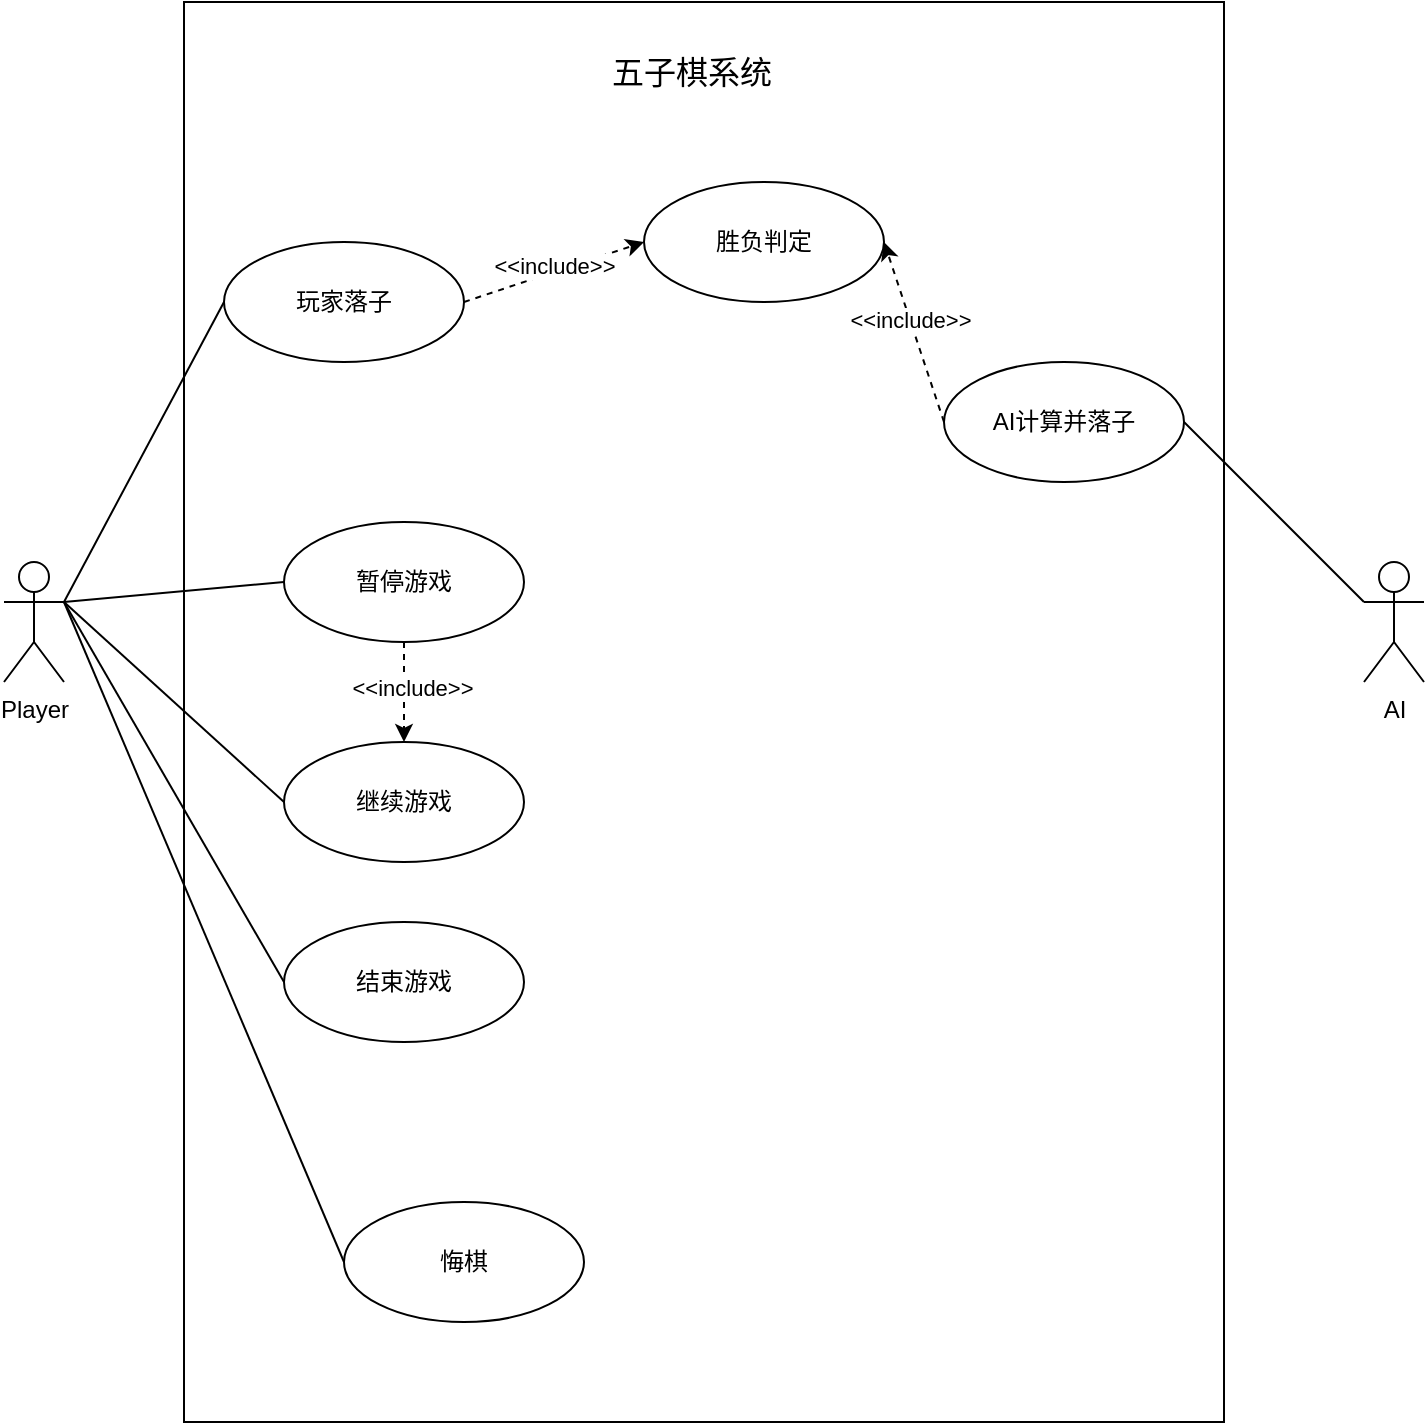
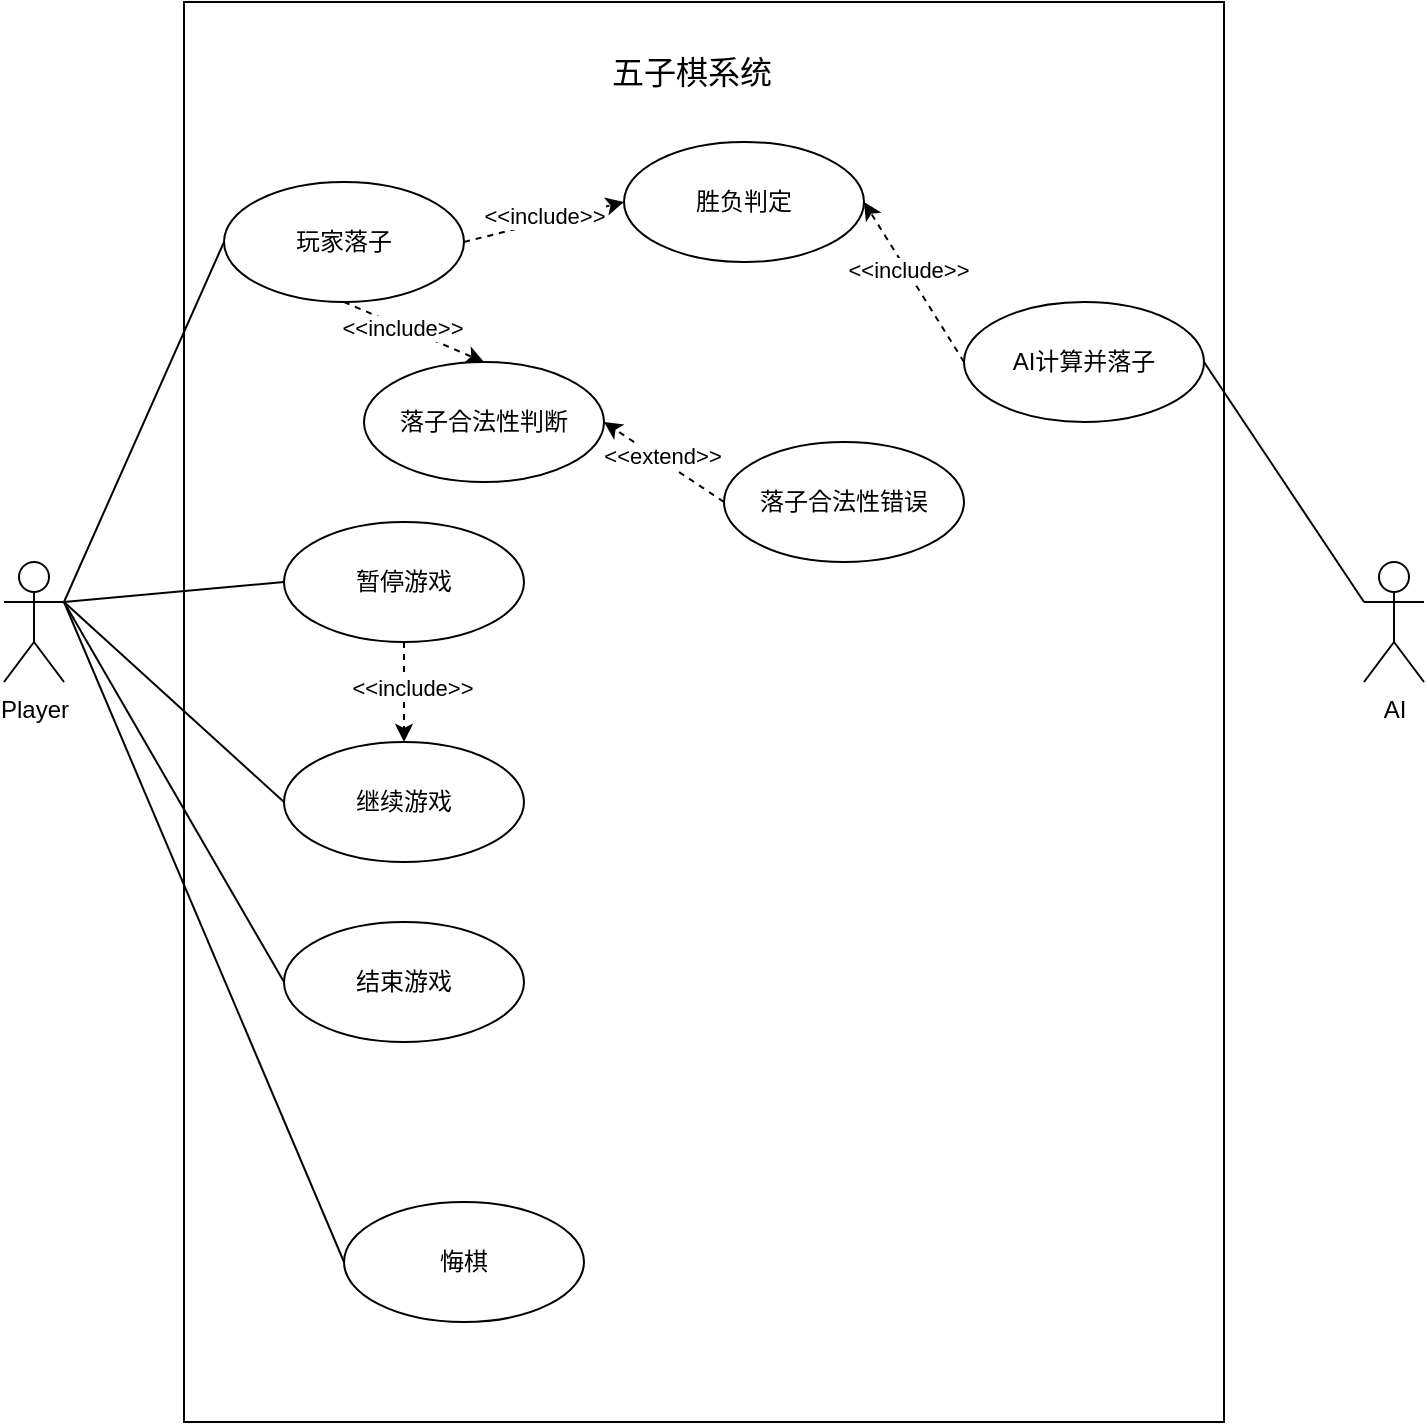
<mxfile host="app.diagrams.net">
  <diagram name="Page-1" id="mYUad11Odgced4m4luzt">
    <mxGraphModel dx="1201" dy="825" grid="1" gridSize="10" guides="1" tooltips="1" connect="1" arrows="1" fold="1" page="1" pageScale="1" pageWidth="827" pageHeight="1169" math="0" shadow="0">
      <root>
        <mxCell id="0" />
        <mxCell id="1" parent="0" />
        <mxCell id="FT644iExh8YyQrtBqDw--9" parent="1" style="shape=umlActor;verticalLabelPosition=bottom;verticalAlign=top;html=1;outlineConnect=0;" value="Player" vertex="1">
          <mxGeometry height="60" width="30" x="70" y="430" as="geometry" />
        </mxCell>
        <mxCell id="FT644iExh8YyQrtBqDw--10" parent="1" style="rounded=0;whiteSpace=wrap;html=1;" value="" vertex="1">
          <mxGeometry height="710" width="520" x="160" y="150" as="geometry" />
        </mxCell>
        <mxCell id="FT644iExh8YyQrtBqDw--8" parent="1" style="text;html=1;whiteSpace=wrap;strokeColor=none;fillColor=none;align=center;verticalAlign=middle;rounded=0;" value="&lt;font style=&quot;font-size: 16px;&quot;&gt;五子棋系统&lt;/font&gt;" vertex="1">
          <mxGeometry height="30" width="240" x="294" y="170" as="geometry" />
        </mxCell>
        <mxCell id="fBbN4jeV9DzmqmJLsIvL-6" edge="1" parent="1" source="FT644iExh8YyQrtBqDw--14" style="rounded=0;orthogonalLoop=1;jettySize=auto;html=1;exitX=0;exitY=0.3333333333333333;exitDx=0;exitDy=0;exitPerimeter=0;entryX=1;entryY=0.5;entryDx=0;entryDy=0;endArrow=none;endFill=0;" target="FT644iExh8YyQrtBqDw--17">
          <mxGeometry relative="1" as="geometry" />
        </mxCell>
        <mxCell id="FT644iExh8YyQrtBqDw--14" parent="1" style="shape=umlActor;verticalLabelPosition=bottom;verticalAlign=top;html=1;outlineConnect=0;" value="AI&lt;div&gt;&lt;br&gt;&lt;/div&gt;" vertex="1">
          <mxGeometry height="60" width="30" x="750" y="430" as="geometry" />
        </mxCell>
        <mxCell id="fBbN4jeV9DzmqmJLsIvL-8" edge="1" parent="1" source="FT644iExh8YyQrtBqDw--16" style="rounded=0;orthogonalLoop=1;jettySize=auto;html=1;exitX=1;exitY=0.5;exitDx=0;exitDy=0;entryX=0;entryY=0.5;entryDx=0;entryDy=0;dashed=1;" target="fBbN4jeV9DzmqmJLsIvL-7">
          <mxGeometry relative="1" as="geometry" />
        </mxCell>
        <mxCell id="fBbN4jeV9DzmqmJLsIvL-10" connectable="0" parent="fBbN4jeV9DzmqmJLsIvL-8" style="edgeLabel;html=1;align=center;verticalAlign=middle;resizable=0;points=[];" value="&amp;lt;&amp;lt;include&amp;gt;&amp;gt;" vertex="1">
          <mxGeometry relative="1" x="0.0178" y="3" as="geometry">
            <mxPoint as="offset" />
          </mxGeometry>
        </mxCell>
        <mxCell id="FT644iExh8YyQrtBqDw--16" parent="1" style="ellipse;whiteSpace=wrap;html=1;" value="玩家落子" vertex="1">
-           <mxGeometry height="60" width="120" x="180" y="270" as="geometry" />
+           <mxGeometry height="60" width="120" x="180" y="240" as="geometry" />
        </mxCell>
        <mxCell id="FT644iExh8YyQrtBqDw--17" parent="1" style="ellipse;whiteSpace=wrap;html=1;" value="AI计算并落子" vertex="1">
-           <mxGeometry height="60" width="120" x="540" y="330" as="geometry" />
+           <mxGeometry height="60" width="120" x="550" y="300" as="geometry" />
        </mxCell>
        <mxCell id="fBbN4jeV9DzmqmJLsIvL-12" edge="1" parent="1" source="FT644iExh8YyQrtBqDw--18" style="rounded=0;orthogonalLoop=1;jettySize=auto;html=1;dashed=1;" target="FT644iExh8YyQrtBqDw--19" value="">
          <mxGeometry relative="1" as="geometry" />
        </mxCell>
        <mxCell id="fBbN4jeV9DzmqmJLsIvL-14" connectable="0" parent="fBbN4jeV9DzmqmJLsIvL-12" style="edgeLabel;html=1;align=center;verticalAlign=middle;resizable=0;points=[];" value="&amp;lt;&amp;lt;include&amp;gt;&amp;gt;" vertex="1">
          <mxGeometry relative="1" x="-0.1067" y="4" as="geometry">
            <mxPoint as="offset" />
          </mxGeometry>
        </mxCell>
        <mxCell id="FT644iExh8YyQrtBqDw--18" parent="1" style="ellipse;whiteSpace=wrap;html=1;" value="暂停游戏" vertex="1">
          <mxGeometry height="60" width="120" x="210" y="410" as="geometry" />
        </mxCell>
        <mxCell id="FT644iExh8YyQrtBqDw--19" parent="1" style="ellipse;whiteSpace=wrap;html=1;" value="继续游戏" vertex="1">
          <mxGeometry height="60" width="120" x="210" y="520" as="geometry" />
        </mxCell>
        <mxCell id="FT644iExh8YyQrtBqDw--20" parent="1" style="ellipse;whiteSpace=wrap;html=1;" value="结束游戏" vertex="1">
          <mxGeometry height="60" width="120" x="210" y="610" as="geometry" />
        </mxCell>
        <mxCell id="FT644iExh8YyQrtBqDw--21" parent="1" style="ellipse;whiteSpace=wrap;html=1;" value="悔棋" vertex="1">
          <mxGeometry height="60" width="120" x="240" y="750" as="geometry" />
        </mxCell>
        <mxCell id="fBbN4jeV9DzmqmJLsIvL-1" edge="1" parent="1" source="FT644iExh8YyQrtBqDw--9" style="rounded=0;orthogonalLoop=1;jettySize=auto;html=1;exitX=1;exitY=0.3333333333333333;exitDx=0;exitDy=0;exitPerimeter=0;entryX=0;entryY=0.5;entryDx=0;entryDy=0;endArrow=none;endFill=0;" target="FT644iExh8YyQrtBqDw--16">
          <mxGeometry relative="1" as="geometry" />
        </mxCell>
        <mxCell id="fBbN4jeV9DzmqmJLsIvL-2" edge="1" parent="1" source="FT644iExh8YyQrtBqDw--9" style="rounded=0;orthogonalLoop=1;jettySize=auto;html=1;exitX=1;exitY=0.3333333333333333;exitDx=0;exitDy=0;exitPerimeter=0;entryX=0;entryY=0.5;entryDx=0;entryDy=0;endArrow=none;endFill=0;" target="FT644iExh8YyQrtBqDw--18">
          <mxGeometry relative="1" as="geometry" />
        </mxCell>
        <mxCell id="fBbN4jeV9DzmqmJLsIvL-3" edge="1" parent="1" source="FT644iExh8YyQrtBqDw--9" style="rounded=0;orthogonalLoop=1;jettySize=auto;html=1;exitX=1;exitY=0.3333333333333333;exitDx=0;exitDy=0;exitPerimeter=0;entryX=0;entryY=0.5;entryDx=0;entryDy=0;endArrow=none;endFill=0;" target="FT644iExh8YyQrtBqDw--19">
          <mxGeometry relative="1" as="geometry" />
        </mxCell>
        <mxCell id="fBbN4jeV9DzmqmJLsIvL-4" edge="1" parent="1" source="FT644iExh8YyQrtBqDw--9" style="rounded=0;orthogonalLoop=1;jettySize=auto;html=1;exitX=1;exitY=0.3333333333333333;exitDx=0;exitDy=0;exitPerimeter=0;entryX=0;entryY=0.5;entryDx=0;entryDy=0;endArrow=none;endFill=0;" target="FT644iExh8YyQrtBqDw--20">
          <mxGeometry relative="1" as="geometry" />
        </mxCell>
        <mxCell id="fBbN4jeV9DzmqmJLsIvL-5" edge="1" parent="1" source="FT644iExh8YyQrtBqDw--9" style="rounded=0;orthogonalLoop=1;jettySize=auto;html=1;exitX=1;exitY=0.3333333333333333;exitDx=0;exitDy=0;exitPerimeter=0;entryX=0;entryY=0.5;entryDx=0;entryDy=0;endArrow=none;endFill=0;" target="FT644iExh8YyQrtBqDw--21">
          <mxGeometry relative="1" as="geometry" />
        </mxCell>
        <mxCell id="fBbN4jeV9DzmqmJLsIvL-7" parent="1" style="ellipse;whiteSpace=wrap;html=1;" value="胜负判定" vertex="1">
-           <mxGeometry height="60" width="120" x="390" y="240" as="geometry" />
+           <mxGeometry height="60" width="120" x="380" y="220" as="geometry" />
        </mxCell>
        <mxCell id="fBbN4jeV9DzmqmJLsIvL-9" edge="1" parent="1" source="FT644iExh8YyQrtBqDw--17" style="rounded=0;orthogonalLoop=1;jettySize=auto;html=1;exitX=0;exitY=0.5;exitDx=0;exitDy=0;entryX=1;entryY=0.5;entryDx=0;entryDy=0;dashed=1;" target="fBbN4jeV9DzmqmJLsIvL-7">
          <mxGeometry relative="1" as="geometry">
            <mxPoint x="390" y="310" as="sourcePoint" />
            <mxPoint x="480" y="280" as="targetPoint" />
          </mxGeometry>
        </mxCell>
        <mxCell id="fBbN4jeV9DzmqmJLsIvL-11" connectable="0" parent="fBbN4jeV9DzmqmJLsIvL-9" style="edgeLabel;html=1;align=center;verticalAlign=middle;resizable=0;points=[];" value="&amp;lt;&amp;lt;include&amp;gt;&amp;gt;" vertex="1">
          <mxGeometry relative="1" x="0.1467" as="geometry">
            <mxPoint as="offset" />
          </mxGeometry>
        </mxCell>
+         <mxCell id="fBbN4jeV9DzmqmJLsIvL-16" parent="1" style="ellipse;whiteSpace=wrap;html=1;" value="落子合法性判断" vertex="1">
+           <mxGeometry height="60" width="120" x="250" y="330" as="geometry" />
+         </mxCell>
+         <mxCell id="fBbN4jeV9DzmqmJLsIvL-20" edge="1" parent="1" source="fBbN4jeV9DzmqmJLsIvL-17" style="rounded=0;orthogonalLoop=1;jettySize=auto;html=1;exitX=0;exitY=0.5;exitDx=0;exitDy=0;entryX=1;entryY=0.5;entryDx=0;entryDy=0;dashed=1;" target="fBbN4jeV9DzmqmJLsIvL-16">
+           <mxGeometry relative="1" as="geometry" />
+         </mxCell>
+         <mxCell id="fBbN4jeV9DzmqmJLsIvL-21" connectable="0" parent="fBbN4jeV9DzmqmJLsIvL-20" style="edgeLabel;html=1;align=center;verticalAlign=middle;resizable=0;points=[];" value="&amp;lt;&amp;lt;extend&amp;gt;&amp;gt;" vertex="1">
+           <mxGeometry relative="1" x="0.0795" y="-2" as="geometry">
+             <mxPoint as="offset" />
+           </mxGeometry>
+         </mxCell>
+         <mxCell id="fBbN4jeV9DzmqmJLsIvL-17" parent="1" style="ellipse;whiteSpace=wrap;html=1;" value="落子合法性错误" vertex="1">
+           <mxGeometry height="60" width="120" x="430" y="370" as="geometry" />
+         </mxCell>
+         <mxCell id="fBbN4jeV9DzmqmJLsIvL-18" edge="1" parent="1" source="FT644iExh8YyQrtBqDw--16" style="rounded=0;orthogonalLoop=1;jettySize=auto;html=1;exitX=0.5;exitY=1;exitDx=0;exitDy=0;entryX=0.5;entryY=0;entryDx=0;entryDy=0;dashed=1;" target="fBbN4jeV9DzmqmJLsIvL-16">
+           <mxGeometry relative="1" as="geometry" />
+         </mxCell>
+         <mxCell id="fBbN4jeV9DzmqmJLsIvL-19" connectable="0" parent="fBbN4jeV9DzmqmJLsIvL-18" style="edgeLabel;html=1;align=center;verticalAlign=middle;resizable=0;points=[];" value="&amp;lt;&amp;lt;include&amp;gt;&amp;gt;" vertex="1">
+           <mxGeometry relative="1" x="-0.1682" as="geometry">
+             <mxPoint as="offset" />
+           </mxGeometry>
+         </mxCell>
      </root>
    </mxGraphModel>
  </diagram>
</mxfile>
